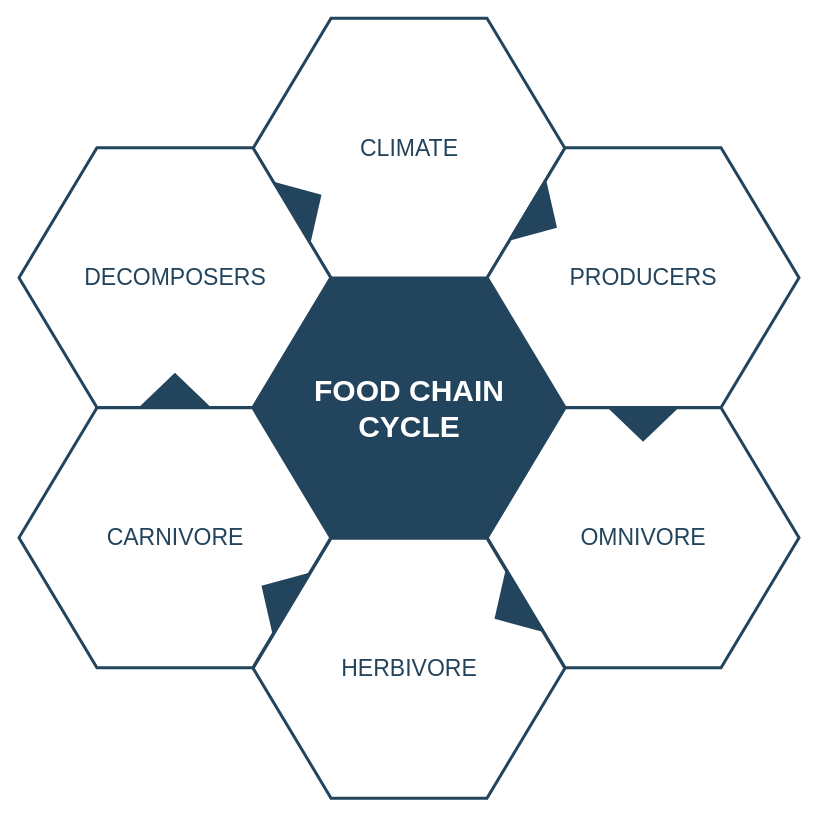
The draw.io diagram GoOpen/Untitled Diagram.drawio in christer-io/fri-programvare-i-norge, before the edit. Source tidied: cells renumbered, new cells numbered last; positions are measured from the earlier drawing's top-left corner, leaving out a move shared by most shapes. Both pictures are drawn from the tidied source at 100%, with x=0, y=0 at pixel (18, 18).
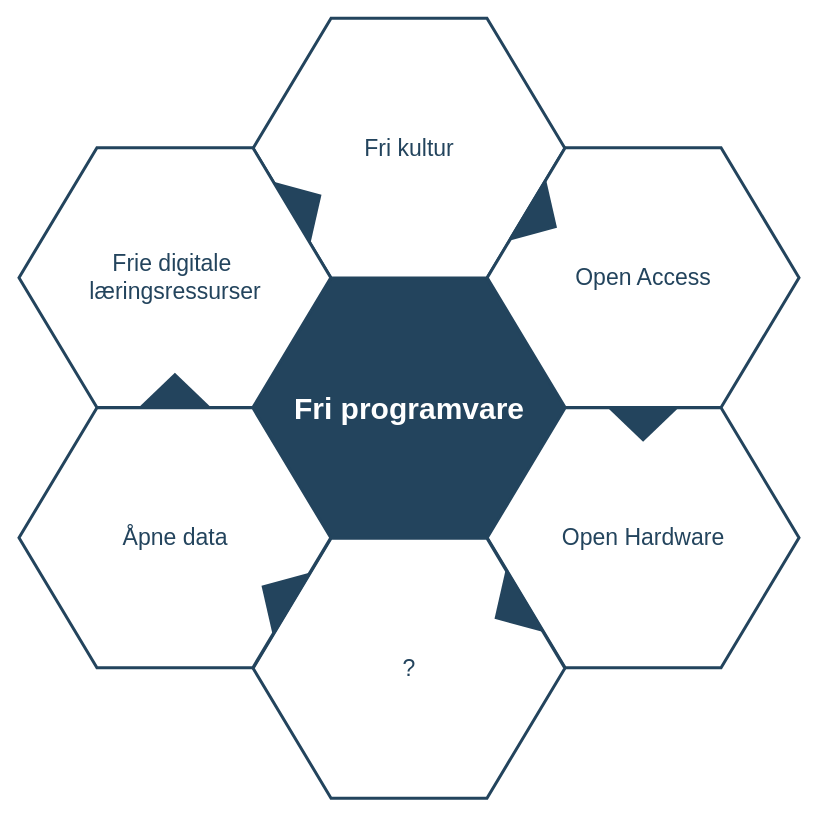
The same diagram, later.

Commit message:
Friprog derivater - områder

Diff of the diagram source:
```diff
@@
 <mxGraphModel background="#ffffff">
   <root>
     <mxCell id="0" />
     <mxCell id="1" parent="0" />
-    <mxCell id="2" value="&lt;font style=&quot;font-size: 30px&quot; color=&quot;#ffffff&quot;&gt;&lt;b&gt;&lt;span&gt;FOOD CHAIN&lt;/span&gt;&lt;br&gt;&lt;span&gt;CYCLE&lt;/span&gt;&lt;/b&gt;&lt;/font&gt;&lt;br&gt;" style="shape=hexagon;perimeter=hexagonPerimeter2;whiteSpace=wrap;html=1;shadow=0;labelBackgroundColor=none;strokeColor=#23445D;fillColor=#23445D;gradientColor=none;fontFamily=Helvetica;fontSize=23;fontColor=#23445d;align=center;strokeWidth=3;" parent="1" vertex="1">
+    <mxCell id="2" value="&lt;font color=&quot;#ffffff&quot;&gt;&lt;span style=&quot;font-size: 30px&quot;&gt;&lt;b&gt;Fri programvare&lt;/b&gt;&lt;/span&gt;&lt;/font&gt;" style="shape=hexagon;perimeter=hexagonPerimeter2;whiteSpace=wrap;html=1;shadow=0;labelBackgroundColor=none;strokeColor=#23445D;fillColor=#23445D;gradientColor=none;fontFamily=Helvetica;fontSize=23;fontColor=#23445d;align=center;strokeWidth=3;" parent="1" vertex="1">
       <mxGeometry x="234.6" y="259.8" width="311.8" height="259.9" as="geometry" />
     </mxCell>
     <mxCell id="3" style="triangle;whiteSpace=wrap;html=1;shadow=0;labelBackgroundColor=none;strokeColor=none;fillColor=#FFFFFF;fontFamily=Helvetica;fontSize=17;fontColor=#23445d;align=center;rotation=90;gradientColor=none;flipV=1;flipH=1;opacity=20;" parent="1" vertex="1">
       <mxGeometry x="115.5" y="277.7" width="72" height="152" as="geometry" />
     </mxCell>
-    <mxCell id="4" value="&lt;font style=&quot;font-size: 23px&quot;&gt;CLIMATE&lt;/font&gt;" style="shape=hexagon;perimeter=hexagonPerimeter2;whiteSpace=wrap;html=1;shadow=0;labelBackgroundColor=none;strokeColor=#23445D;fillColor=#ffffff;gradientColor=none;fontFamily=Helvetica;fontSize=23;fontColor=#23445D;align=center;strokeWidth=3;" parent="1" vertex="1">
+    <mxCell id="4" value="&lt;font style=&quot;font-size: 23px&quot;&gt;Fri kultur&lt;/font&gt;" style="shape=hexagon;perimeter=hexagonPerimeter2;whiteSpace=wrap;html=1;shadow=0;labelBackgroundColor=none;strokeColor=#23445D;fillColor=#ffffff;gradientColor=none;fontFamily=Helvetica;fontSize=23;fontColor=#23445D;align=center;strokeWidth=3;" parent="1" vertex="1">
       <mxGeometry x="234.6" y="-0.3" width="311.8" height="259.9" as="geometry" />
     </mxCell>
-    <mxCell id="5" value="&lt;font style=&quot;font-size: 23px&quot;&gt;PRODUCERS&lt;/font&gt;" style="shape=hexagon;perimeter=hexagonPerimeter2;whiteSpace=wrap;html=1;shadow=0;labelBackgroundColor=none;strokeColor=#23445D;fillColor=#FFFFFF;gradientColor=none;fontFamily=Helvetica;fontSize=23;fontColor=#23445d;align=center;strokeWidth=3;" parent="1" vertex="1">
+    <mxCell id="5" value="&lt;font style=&quot;font-size: 23px&quot;&gt;Open Access&lt;/font&gt;" style="shape=hexagon;perimeter=hexagonPerimeter2;whiteSpace=wrap;html=1;shadow=0;labelBackgroundColor=none;strokeColor=#23445D;fillColor=#FFFFFF;gradientColor=none;fontFamily=Helvetica;fontSize=23;fontColor=#23445d;align=center;strokeWidth=3;" parent="1" vertex="1">
       <mxGeometry x="468.7" y="129.2" width="311.8" height="259.9" as="geometry" />
     </mxCell>
-    <mxCell id="6" value="&lt;font style=&quot;font-size: 23px&quot;&gt;OMNIVORE&lt;/font&gt;" style="shape=hexagon;perimeter=hexagonPerimeter2;whiteSpace=wrap;html=1;shadow=0;labelBackgroundColor=none;strokeColor=#23445D;fillColor=#FFFFFF;gradientColor=none;fontFamily=Helvetica;fontSize=23;fontColor=#23445d;align=center;strokeWidth=3;" parent="1" vertex="1">
+    <mxCell id="6" value="&lt;font style=&quot;font-size: 23px&quot;&gt;Open Hardware&lt;/font&gt;" style="shape=hexagon;perimeter=hexagonPerimeter2;whiteSpace=wrap;html=1;shadow=0;labelBackgroundColor=none;strokeColor=#23445D;fillColor=#FFFFFF;gradientColor=none;fontFamily=Helvetica;fontSize=23;fontColor=#23445d;align=center;strokeWidth=3;" parent="1" vertex="1">
       <mxGeometry x="468.7" y="389.3" width="311.8" height="259.9" as="geometry" />
     </mxCell>
-    <mxCell id="7" value="&lt;font style=&quot;font-size: 23px&quot;&gt;HERBIVORE&lt;/font&gt;" style="shape=hexagon;perimeter=hexagonPerimeter2;whiteSpace=wrap;html=1;shadow=0;labelBackgroundColor=none;strokeColor=#23445D;fillColor=#FFFFFF;gradientColor=none;fontFamily=Helvetica;fontSize=23;fontColor=#23445d;align=center;strokeWidth=3;" parent="1" vertex="1">
+    <mxCell id="7" value="?" style="shape=hexagon;perimeter=hexagonPerimeter2;whiteSpace=wrap;html=1;shadow=0;labelBackgroundColor=none;strokeColor=#23445D;fillColor=#FFFFFF;gradientColor=none;fontFamily=Helvetica;fontSize=23;fontColor=#23445d;align=center;strokeWidth=3;" parent="1" vertex="1">
       <mxGeometry x="234.6" y="519.8" width="311.8" height="259.9" as="geometry" />
     </mxCell>
-    <mxCell id="8" value="&lt;font style=&quot;font-size: 23px&quot;&gt;CARNIVORE&lt;/font&gt;" style="shape=hexagon;perimeter=hexagonPerimeter2;whiteSpace=wrap;html=1;shadow=0;labelBackgroundColor=none;strokeColor=#23445D;fillColor=#FFFFFF;gradientColor=none;fontFamily=Helvetica;fontSize=23;fontColor=#23445d;align=center;strokeWidth=3;" parent="1" vertex="1">
+    <mxCell id="8" value="&lt;font style=&quot;font-size: 23px&quot;&gt;Åpne data&lt;/font&gt;" style="shape=hexagon;perimeter=hexagonPerimeter2;whiteSpace=wrap;html=1;shadow=0;labelBackgroundColor=none;strokeColor=#23445D;fillColor=#FFFFFF;gradientColor=none;fontFamily=Helvetica;fontSize=23;fontColor=#23445d;align=center;strokeWidth=3;" parent="1" vertex="1">
       <mxGeometry x="0.5" y="389.3" width="311.8" height="259.9" as="geometry" />
     </mxCell>
-    <mxCell id="9" value="&lt;font style=&quot;font-size: 23px;&quot;&gt;DECOMPOSERS&lt;/font&gt;" style="shape=hexagon;perimeter=hexagonPerimeter2;whiteSpace=wrap;html=1;shadow=0;labelBackgroundColor=none;strokeColor=#23445D;fillColor=#ffffff;gradientColor=none;fontFamily=Helvetica;fontSize=23;fontColor=#23445D;align=center;strokeWidth=3;" parent="1" vertex="1">
+    <mxCell id="9" value="&lt;font style=&quot;font-size: 23px&quot;&gt;Frie digitale&amp;nbsp;&lt;br&gt;læringsressurser&lt;br&gt;&lt;/font&gt;" style="shape=hexagon;perimeter=hexagonPerimeter2;whiteSpace=wrap;html=1;shadow=0;labelBackgroundColor=none;strokeColor=#23445D;fillColor=#ffffff;gradientColor=none;fontFamily=Helvetica;fontSize=23;fontColor=#23445D;align=center;strokeWidth=3;" parent="1" vertex="1">
       <mxGeometry x="0.5" y="129.2" width="311.8" height="259.9" as="geometry" />
     </mxCell>
     <mxCell id="10" style="triangle;whiteSpace=wrap;html=1;shadow=0;labelBackgroundColor=none;strokeColor=none;fillColor=#23445D;fontFamily=Helvetica;fontSize=17;fontColor=#23445d;align=center;rotation=31;gradientColor=none;strokeWidth=3;" parent="1" vertex="1">
       <mxGeometry x="506" y="163.7" width="35" height="73" as="geometry" />
     </mxCell>
     <mxCell id="11" style="triangle;whiteSpace=wrap;html=1;shadow=0;labelBackgroundColor=none;strokeColor=none;fillColor=#23445D;fontFamily=Helvetica;fontSize=17;fontColor=#23445d;align=center;rotation=31;gradientColor=none;flipH=1;strokeWidth=3;" parent="1" vertex="1">
       <mxGeometry x="240.5" y="539.7" width="35" height="73" as="geometry" />
     </mxCell>
     <mxCell id="12" style="triangle;whiteSpace=wrap;html=1;shadow=0;labelBackgroundColor=none;strokeColor=none;fillColor=#23445D;fontFamily=Helvetica;fontSize=17;fontColor=#23445d;align=center;rotation=329;gradientColor=none;strokeWidth=3;" parent="1" vertex="1">
       <mxGeometry x="270.5" y="148.7" width="35" height="73" as="geometry" />
     </mxCell>
     <mxCell id="13" style="triangle;whiteSpace=wrap;html=1;shadow=0;labelBackgroundColor=none;strokeColor=none;fillColor=#23445D;fontFamily=Helvetica;fontSize=17;fontColor=#23445d;align=center;rotation=329;gradientColor=none;flipH=1;strokeWidth=3;" parent="1" vertex="1">
       <mxGeometry x="473.5" y="554.7" width="35" height="73" as="geometry" />
     </mxCell>
     <mxCell id="14" style="triangle;whiteSpace=wrap;html=1;shadow=0;labelBackgroundColor=none;strokeColor=none;fillColor=#23445D;fontFamily=Helvetica;fontSize=17;fontColor=#23445d;align=center;rotation=90;gradientColor=none;strokeWidth=3;" parent="1" vertex="1">
       <mxGeometry x="607.1" y="369.2" width="35" height="73" as="geometry" />
     </mxCell>
     <mxCell id="15" style="triangle;whiteSpace=wrap;html=1;shadow=0;labelBackgroundColor=none;strokeColor=none;fillColor=#23445D;fontFamily=Helvetica;fontSize=17;fontColor=#23445d;align=center;rotation=90;gradientColor=none;flipH=1;strokeWidth=3;" parent="1" vertex="1">
       <mxGeometry x="138.9" y="335.2" width="35" height="73" as="geometry" />
     </mxCell>
   </root>
 </mxGraphModel>
```
